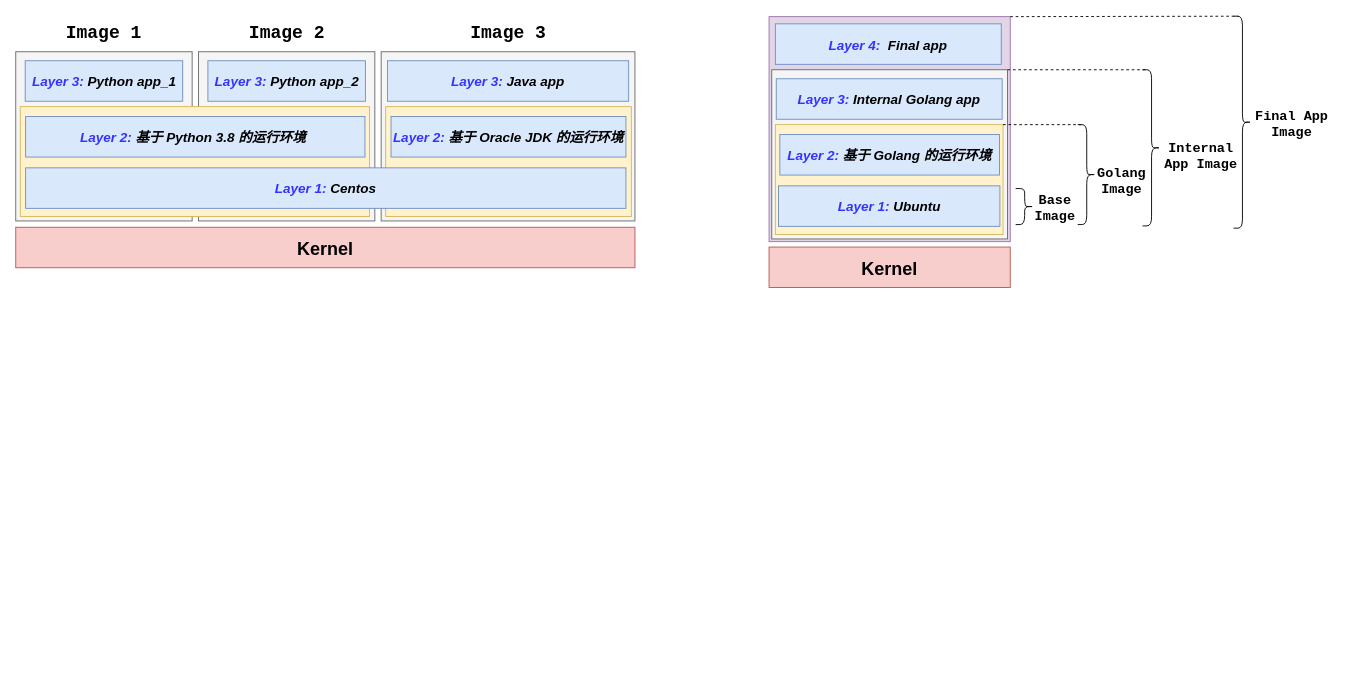
Before: sec_learning/Tech_Backend_Development/Container_6_Docker_Analyze_of_Image_And_Container/pic/drawio/image_layer.drawio in zobinHuang/zobinhuang.github.io, a draw.io diagram. Source tidied: cells renumbered, new cells numbered last; positions are measured from the earlier drawing's top-left corner, leaving out a move shared by most shapes. Both pictures are drawn from the tidied source at 90%, with x=0, y=0 at pixel (15, 15).
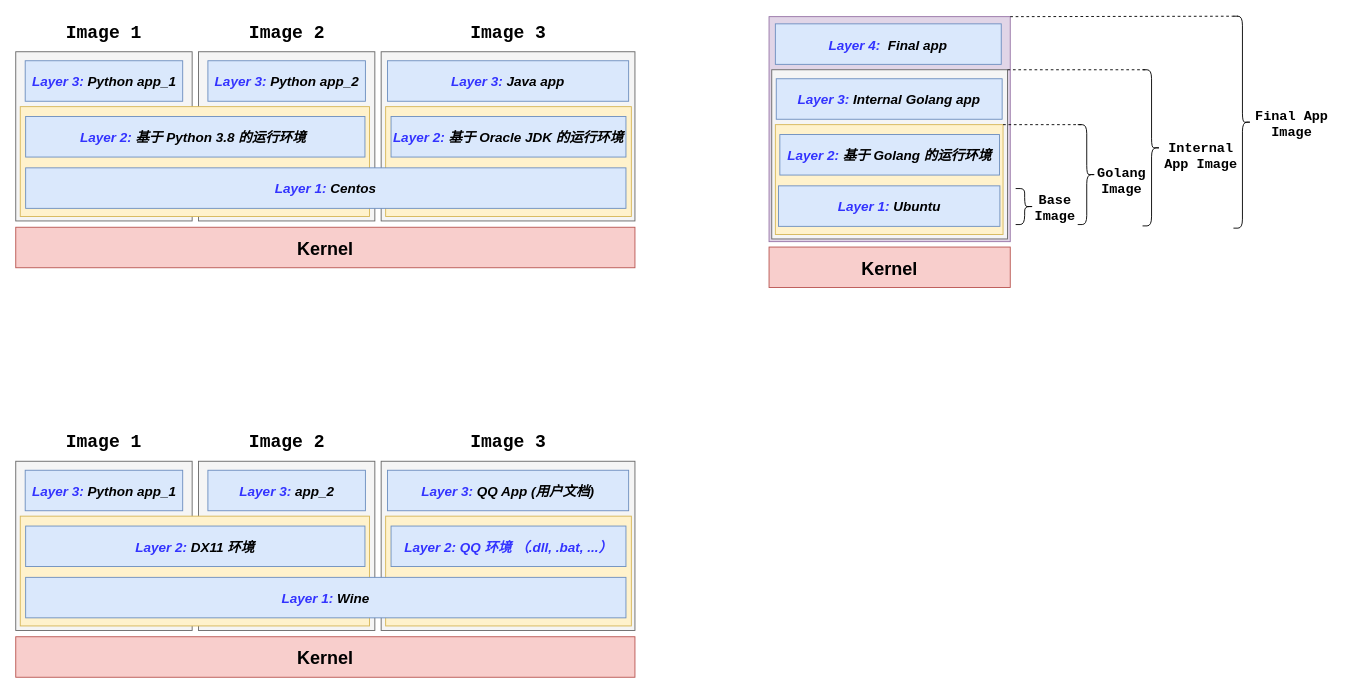
The same diagram, later.

What changed in the source:
```diff
@@
+    <mxCell id="36" style="rounded=0;whiteSpace=wrap;html=1;fillColor=#f5f5f5;strokeColor=#666666;fontColor=#333333;" parent="1" vertex="1">
+      <mxGeometry x="203" y="495" width="196" height="188" as="geometry" />
+    </mxCell>
+    <mxCell id="37" value="&lt;b&gt;&lt;font style=&quot;font-size: 15px&quot;&gt;&lt;i&gt;&lt;font color=&quot;#3333ff&quot;&gt;Layer 3:&lt;/font&gt;&lt;/i&gt;&lt;/font&gt;&lt;/b&gt;&lt;b&gt;&lt;font style=&quot;font-size: 15px&quot;&gt;&lt;i&gt;&amp;nbsp;app_2&lt;/i&gt;&lt;/font&gt;&lt;/b&gt;" style="rounded=0;whiteSpace=wrap;html=1;fillColor=#dae8fc;strokeColor=#6c8ebf;" parent="1" vertex="1">
+      <mxGeometry x="213.5" y="505" width="175" height="45" as="geometry" />
+    </mxCell>
+    <mxCell id="38" style="rounded=0;whiteSpace=wrap;html=1;fillColor=#f5f5f5;strokeColor=#666666;fontColor=#333333;" parent="1" vertex="1">
+      <mxGeometry x="406" y="495" width="282" height="188" as="geometry" />
+    </mxCell>
+    <mxCell id="39" style="rounded=0;whiteSpace=wrap;html=1;fillColor=#fff2cc;strokeColor=#d6b656;" parent="1" vertex="1">
+      <mxGeometry x="411" y="556" width="273" height="122" as="geometry" />
+    </mxCell>
+    <mxCell id="40" value="&lt;b&gt;&lt;font style=&quot;font-size: 15px&quot;&gt;&lt;i&gt;&lt;font color=&quot;#3333ff&quot;&gt;Layer 2: QQ 环境 （.dll, .bat, ...）&lt;/font&gt;&lt;/i&gt;&lt;/font&gt;&lt;/b&gt;" style="rounded=0;whiteSpace=wrap;html=1;fillColor=#dae8fc;strokeColor=#6c8ebf;" parent="1" vertex="1">
+      <mxGeometry x="417" y="567" width="261" height="45" as="geometry" />
+    </mxCell>
+    <mxCell id="41" value="&lt;b&gt;&lt;font style=&quot;font-size: 15px&quot;&gt;&lt;i&gt;&lt;font color=&quot;#3333ff&quot;&gt;Layer 3:&amp;nbsp;&lt;/font&gt;&lt;/i&gt;&lt;/font&gt;&lt;/b&gt;&lt;b&gt;&lt;font style=&quot;font-size: 15px&quot;&gt;&lt;i&gt;QQ App (用户文档)&lt;/i&gt;&lt;/font&gt;&lt;/b&gt;" style="rounded=0;whiteSpace=wrap;html=1;fillColor=#dae8fc;strokeColor=#6c8ebf;" parent="1" vertex="1">
+      <mxGeometry x="413" y="505" width="268" height="45" as="geometry" />
+    </mxCell>
+    <mxCell id="42" style="rounded=0;whiteSpace=wrap;html=1;fillColor=#f5f5f5;strokeColor=#666666;fontColor=#333333;" parent="1" vertex="1">
+      <mxGeometry y="495" width="196" height="188" as="geometry" />
+    </mxCell>
+    <mxCell id="43" style="rounded=0;whiteSpace=wrap;html=1;fillColor=#fff2cc;strokeColor=#d6b656;" parent="1" vertex="1">
+      <mxGeometry x="5" y="556" width="388" height="122" as="geometry" />
+    </mxCell>
+    <mxCell id="44" value="&lt;b&gt;&lt;font style=&quot;font-size: 20px&quot;&gt;Kernel&lt;/font&gt;&lt;/b&gt;" style="rounded=0;whiteSpace=wrap;html=1;fillColor=#f8cecc;strokeColor=#b85450;" parent="1" vertex="1">
+      <mxGeometry y="690" width="688" height="45" as="geometry" />
+    </mxCell>
+    <mxCell id="45" value="&lt;b&gt;&lt;font style=&quot;font-size: 15px&quot;&gt;&lt;i&gt;&lt;font color=&quot;#3333ff&quot;&gt;Layer 1:&lt;/font&gt; Wine&lt;/i&gt;&lt;/font&gt;&lt;/b&gt;" style="rounded=0;whiteSpace=wrap;html=1;fillColor=#dae8fc;strokeColor=#6c8ebf;" parent="1" vertex="1">
+      <mxGeometry x="11" y="624" width="667" height="45" as="geometry" />
+    </mxCell>
+    <mxCell id="46" value="&lt;b&gt;&lt;font style=&quot;font-size: 15px&quot;&gt;&lt;i&gt;&lt;font color=&quot;#3333ff&quot;&gt;Layer 2:&amp;nbsp;&lt;/font&gt;&lt;/i&gt;&lt;/font&gt;&lt;/b&gt;&lt;b&gt;&lt;font style=&quot;font-size: 15px&quot;&gt;&lt;i&gt;DX11 环境&lt;/i&gt;&lt;/font&gt;&lt;/b&gt;" style="rounded=0;whiteSpace=wrap;html=1;fillColor=#dae8fc;strokeColor=#6c8ebf;" parent="1" vertex="1">
+      <mxGeometry x="11" y="567" width="377" height="45" as="geometry" />
+    </mxCell>
+    <mxCell id="47" value="&lt;b&gt;&lt;font style=&quot;font-size: 15px&quot;&gt;&lt;i&gt;&lt;font color=&quot;#3333ff&quot;&gt;Layer 3:&amp;nbsp;&lt;/font&gt;&lt;/i&gt;&lt;/font&gt;&lt;/b&gt;&lt;b&gt;&lt;font style=&quot;font-size: 15px&quot;&gt;&lt;i&gt;Python app_1&lt;/i&gt;&lt;/font&gt;&lt;/b&gt;" style="rounded=0;whiteSpace=wrap;html=1;fillColor=#dae8fc;strokeColor=#6c8ebf;" parent="1" vertex="1">
+      <mxGeometry x="10.5" y="505" width="175" height="45" as="geometry" />
+    </mxCell>
+    <mxCell id="48" value="&lt;b&gt;&lt;font style=&quot;font-size: 20px&quot;&gt;Image 1&lt;/font&gt;&lt;/b&gt;" style="text;html=1;strokeColor=none;fillColor=none;align=center;verticalAlign=middle;whiteSpace=wrap;rounded=0;fontFamily=Courier New;" parent="1" vertex="1">
+      <mxGeometry x="50.2" y="464" width="95.5" height="20" as="geometry" />
+    </mxCell>
+    <mxCell id="49" value="&lt;b&gt;&lt;font style=&quot;font-size: 20px&quot;&gt;Image 2&lt;/font&gt;&lt;/b&gt;" style="text;html=1;strokeColor=none;fillColor=none;align=center;verticalAlign=middle;whiteSpace=wrap;rounded=0;fontFamily=Courier New;" parent="1" vertex="1">
+      <mxGeometry x="255.5" y="464" width="91" height="20" as="geometry" />
+    </mxCell>
+    <mxCell id="50" value="&lt;b&gt;&lt;font style=&quot;font-size: 20px&quot;&gt;Image 3&lt;/font&gt;&lt;/b&gt;" style="text;html=1;strokeColor=none;fillColor=none;align=center;verticalAlign=middle;whiteSpace=wrap;rounded=0;fontFamily=Courier New;" parent="1" vertex="1">
+      <mxGeometry x="500.8" y="464" width="92.5" height="20" as="geometry" />
+    </mxCell>
```
